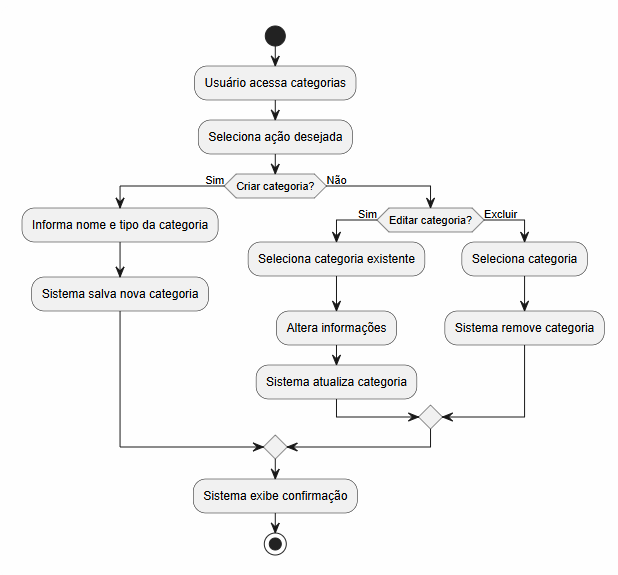
Nathan-Edu/Financa-Facil keeps this PlantUML diagram as docs/modelagem/atividades/gerenciar-categorias.png. Above is the earlier version. Its source is kept beside it as docs/modelagem/atividades/gerenciar-categorias.puml. The source it was exported from:
```plantuml
@startuml
start

:Usuário acessa categorias;
:Seleciona ação desejada;

if (Criar categoria?) then (Sim)
  :Informa nome e tipo da categoria;
  :Sistema salva nova categoria;
else (Não)
  if (Editar categoria?) then (Sim)
    :Seleciona categoria existente;
    :Altera informações;
    :Sistema atualiza categoria;
  else (Excluir)
    :Seleciona categoria;
    :Sistema remove categoria;
  endif
endif

:Sistema exibe confirmação;

stop
@enduml
```
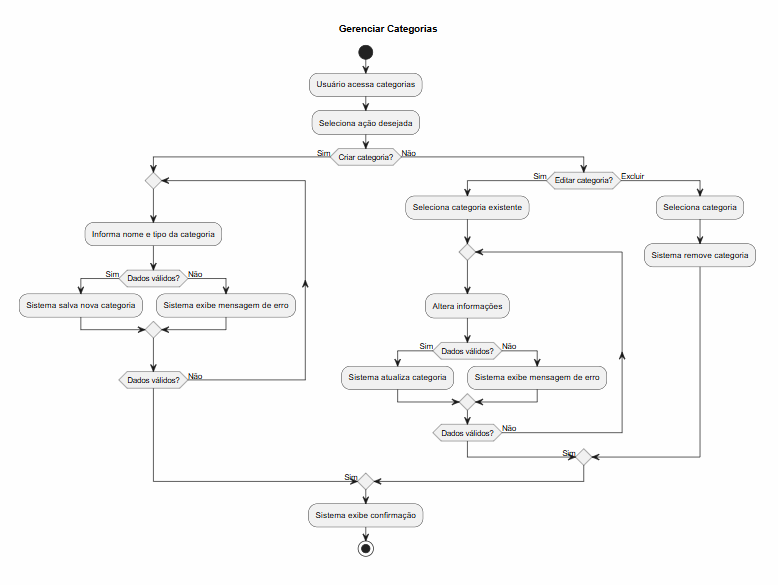
Later version of the same file.

The edit, as a diff of the source:
```diff
@@ -1,17 +1,41 @@
 @startuml
+title Gerenciar Categorias
+
 start
 
 :Usuário acessa categorias;
 :Seleciona ação desejada;
 
 if (Criar categoria?) then (Sim)
-  :Informa nome e tipo da categoria;
-  :Sistema salva nova categoria;
+
+  repeat
+    :Informa nome e tipo da categoria;
+
+    if (Dados válidos?) then (Sim)
+      :Sistema salva nova categoria;
+    else (Não)
+      :Sistema exibe mensagem de erro;
+    endif
+
+  repeat while (Dados válidos?) is (Não)
+  -> Sim;
+
 else (Não)
   if (Editar categoria?) then (Sim)
     :Seleciona categoria existente;
-    :Altera informações;
-    :Sistema atualiza categoria;
+
+    repeat
+      :Altera informações;
+
+      if (Dados válidos?) then (Sim)
+        :Sistema atualiza categoria;
+      else (Não)
+        :Sistema exibe mensagem de erro;
+      endif
+
+    repeat while (Dados válidos?) is (Não)
+    -> Sim;
+
   else (Excluir)
     :Seleciona categoria;
     :Sistema remove categoria;
```
